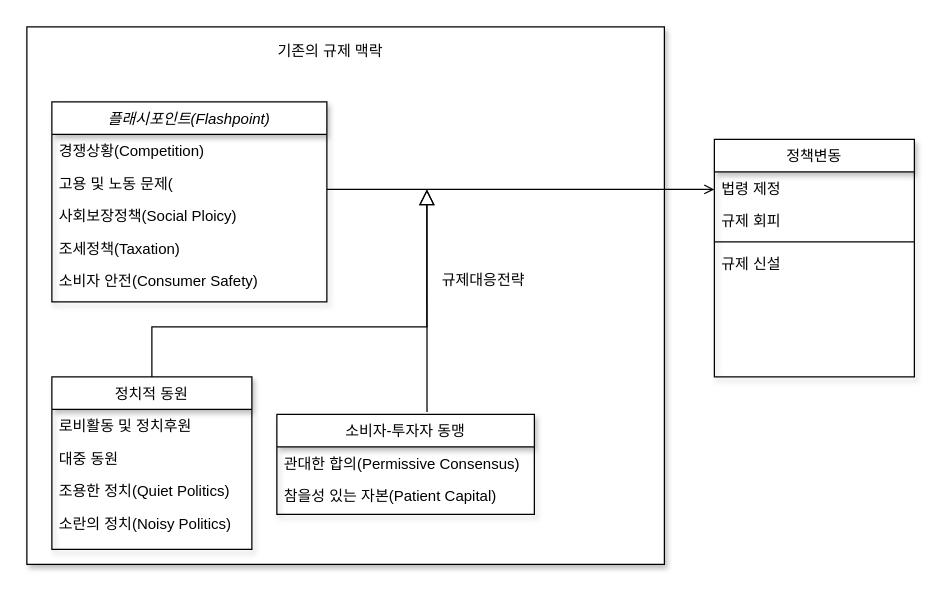
Before: Diagram_Class.drawio in kjsang/analysis.coupang, a draw.io diagram. Source tidied: cells renumbered, new cells numbered last; positions are measured from the earlier drawing's top-left corner, leaving out a move shared by most shapes. Both pictures are drawn from the tidied source at 125%, with x=0, y=0 at pixel (26, 26).
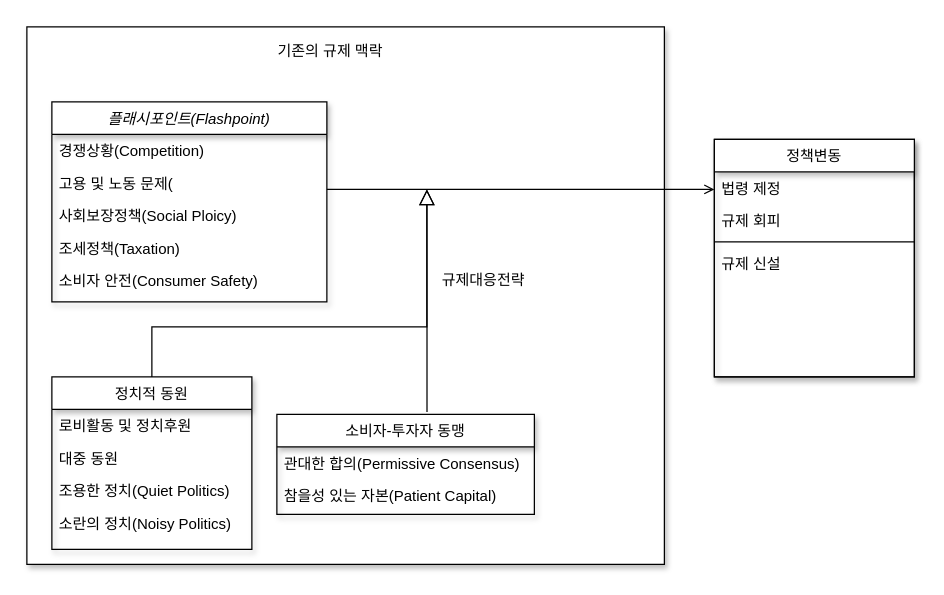
The same page after the edit.

The edit, as a diff of the source:
```diff
@@
+    <mxCell id="27" style="rounded=0;whiteSpace=wrap;html=1;shadow=1;" parent="1" vertex="1">
+      <mxGeometry x="550" y="90" width="160" height="190" as="geometry" />
+    </mxCell>
@@
-    <mxCell id="19" value="정책변동" style="swimlane;fontStyle=0;align=center;verticalAlign=top;horizontal=1;startSize=26;rounded=0;shadow=1;strokeWidth=1;" parent="1" vertex="1">
+    <mxCell id="19" value="정책변동" style="swimlane;fontStyle=0;align=center;verticalAlign=top;horizontal=1;startSize=26;rounded=0;shadow=1;strokeWidth=1;glass=0;sketch=0;" parent="1" vertex="1">
       <mxGeometry x="550" y="90" width="160" height="190" as="geometry" />
     </mxCell>
```
